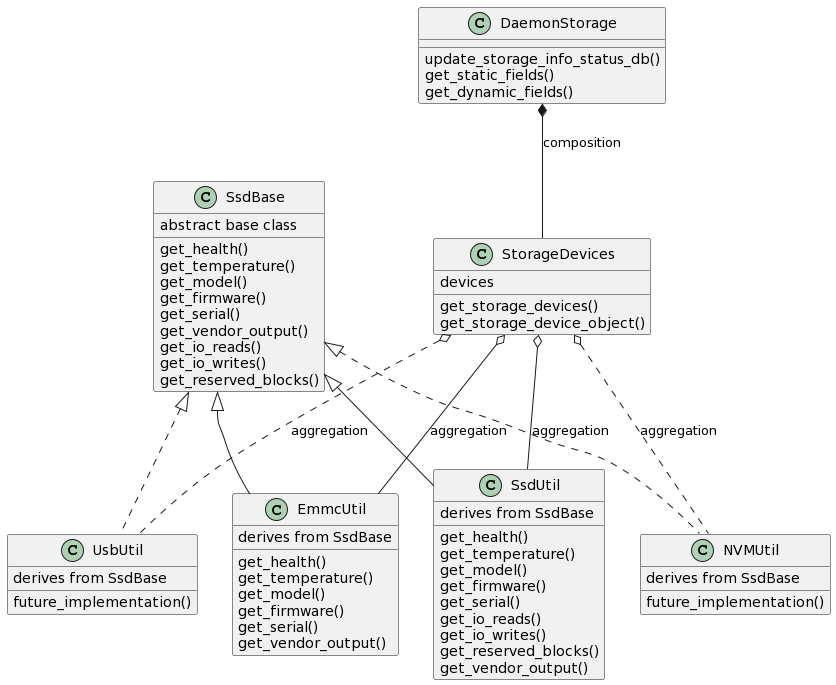
The PlantUML diagram doc/storagemond/images/StoragemonDaemonClassDiagram.png in sonic-net/SONiC, before a commit. Its diagram source:
```plantuml
@startuml
class SsdBase {
    abstract base class
    get_health()
    get_temperature()
    get_model()
    get_firmware()
    get_serial()
    get_vendor_output()
    get_io_reads()
    get_io_writes()
    get_reserved_blocks()
}


class SsdUtil {
    derives from SsdBase
    get_health()
    get_temperature()
    get_model()
    get_firmware()
    get_serial()
    get_io_reads()
    get_io_writes()
    get_reserved_blocks()
    get_vendor_output()
}
SsdBase <|-- SsdUtil

class EmmcUtil {
    derives from SsdBase
    get_health()
    get_temperature()
    get_model()
    get_firmware()
    get_serial()
    get_vendor_output()
}
SsdBase <|-- EmmcUtil

class UsbUtil {
    derives from SsdBase
    future_implementation()
}
SsdBase <|.. UsbUtil

class NVMUtil {
    derives from SsdBase
    future_implementation()
}
SsdBase <|.. NVMUtil

class StorageDevices {
    get_storage_devices()
    get_storage_device_object()
    devices
}
class DaemonStorage {
    update_storage_info_status_db()
    get_static_fields()
    get_dynamic_fields()
}

StorageDevices o-- SsdUtil : aggregation
StorageDevices o-- EmmcUtil : aggregation
StorageDevices o.. UsbUtil : aggregation
StorageDevices o.. NVMUtil : aggregation
DaemonStorage *-- StorageDevices : composition
@enduml
```
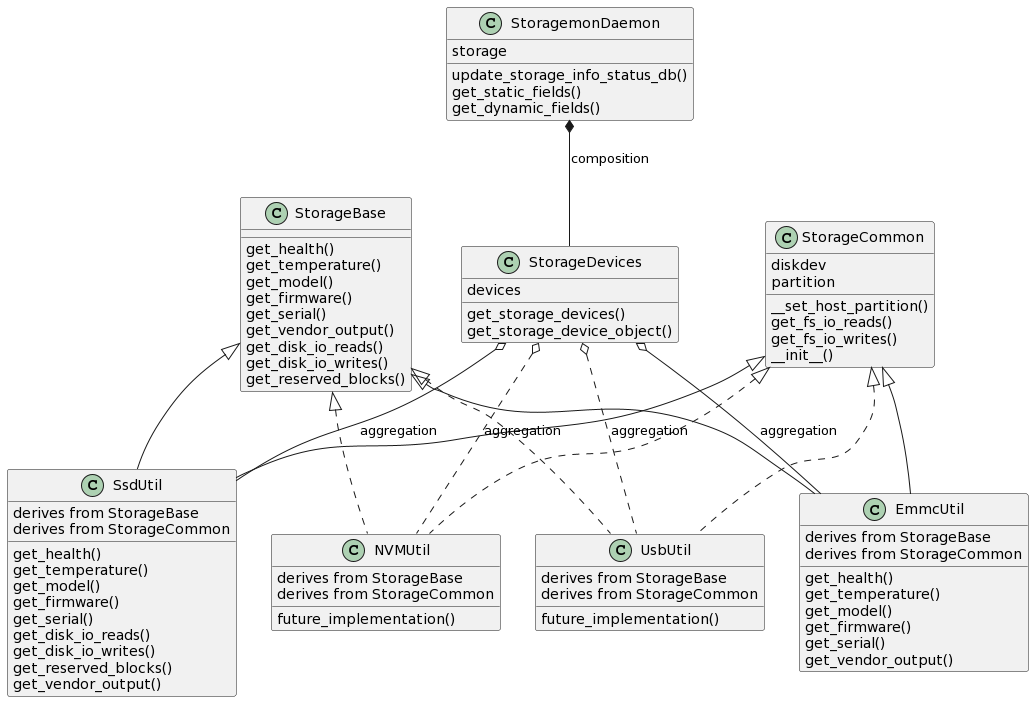
Later version of the same file.

Commit message:
Made changes per prgeor review comments. Appropriately modified the class diagram

What changed in the source:
```diff
@@ -1,34 +1,44 @@
 @startuml
-class SsdBase {
-    abstract base class
+class StorageBase {
     get_health()
     get_temperature()
     get_model()
     get_firmware()
     get_serial()
     get_vendor_output()
-    get_io_reads()
-    get_io_writes()
+    get_disk_io_reads()
+    get_disk_io_writes()
     get_reserved_blocks()
 }
 
+class StorageCommon {
+    __set_host_partition()
+    get_fs_io_reads()
+    get_fs_io_writes()
+        diskdev
+    partition
+    __init__()
+}
 
 class SsdUtil {
-    derives from SsdBase
+    derives from StorageBase
+    derives from StorageCommon
     get_health()
     get_temperature()
     get_model()
     get_firmware()
     get_serial()
-    get_io_reads()
-    get_io_writes()
+    get_disk_io_reads()
+    get_disk_io_writes()
     get_reserved_blocks()
     get_vendor_output()
 }
-SsdBase <|-- SsdUtil
+StorageBase <|-- SsdUtil
+StorageCommon <|-- SsdUtil
 
 class EmmcUtil {
-    derives from SsdBase
+    derives from StorageBase
+    derives from StorageCommon
     get_health()
     get_temperature()
     get_model()
@@ -36,26 +46,33 @@
     get_serial()
     get_vendor_output()
 }
-SsdBase <|-- EmmcUtil
+StorageBase <|-- EmmcUtil
+StorageCommon <|-- EmmcUtil
 
 class UsbUtil {
-    derives from SsdBase
+    derives from StorageBase
+    derives from StorageCommon
     future_implementation()
 }
-SsdBase <|.. UsbUtil
+StorageBase <|.. UsbUtil
+StorageCommon <|.. UsbUtil
 
 class NVMUtil {
-    derives from SsdBase
+    derives from StorageBase
+    derives from StorageCommon
     future_implementation()
 }
-SsdBase <|.. NVMUtil
+StorageBase <|.. NVMUtil
+StorageCommon <|.. NVMUtil
 
 class StorageDevices {
     get_storage_devices()
     get_storage_device_object()
     devices
 }
-class DaemonStorage {
+
+class StoragemonDaemon {
+    storage
     update_storage_info_status_db()
     get_static_fields()
     get_dynamic_fields()
@@ -65,5 +82,5 @@
 StorageDevices o-- EmmcUtil : aggregation
 StorageDevices o.. UsbUtil : aggregation
 StorageDevices o.. NVMUtil : aggregation
-DaemonStorage *-- StorageDevices : composition
+StoragemonDaemon *-- StorageDevices : composition
 @enduml
```
